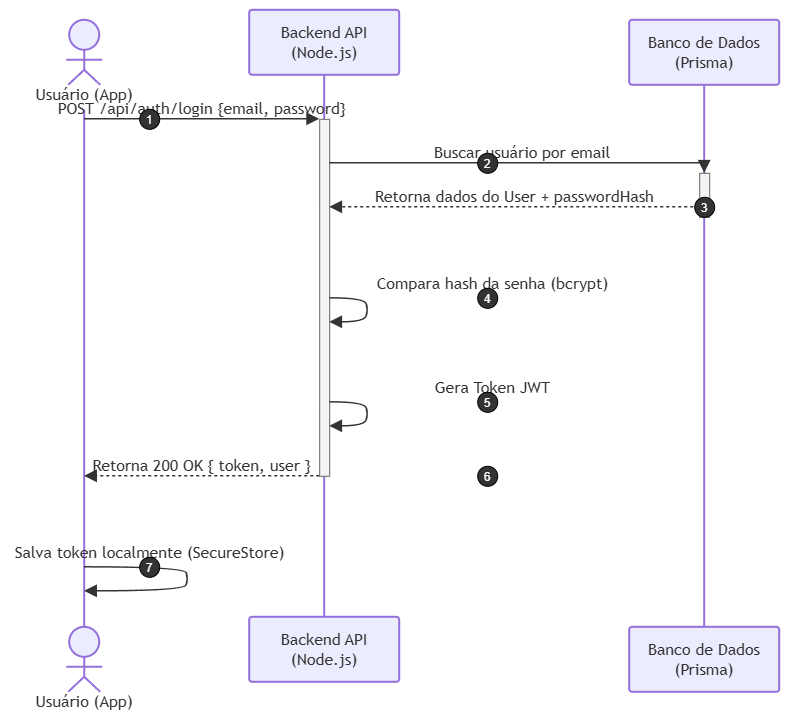
Before: Documentacao/DS/DS-APP/1 - Fluxo de Login e Autenticação com JWT - APP.png, a diagram exported from draw.io (VyttorRamos/GastroMatch). Source tidied: cells renumbered, new cells last; positions are measured from the earlier drawing's top-left corner, leaving out a move shared by most shapes. The source it was exported from:
```xml
<mxGraphModel>
  <root>
    <mxCell id="0" />
    <mxCell id="1" parent="0" />
    <mxCell id="2" style="group;transparentBounds=1;editIcon=1;lockedGroup=0;groupPadding=10;" parent="1" vertex="1">
      <mxGeometry x="10" as="geometry" />
    </mxCell>
    <mxCell id="3" value="Usuário (App)" style="html=1;shape=umlLifeline;perimeter=lifelinePerimeter;whiteSpace=wrap;outlineConnect=0;portConstraint=eastwest;newEdgeStyle={&quot;edgeStyle&quot;:&quot;elbowEdgeStyle&quot;,&quot;elbow&quot;:&quot;vertical&quot;,&quot;curved&quot;:0,&quot;rounded&quot;:0};lifelineDashed=0;strokeWidth=2;rounded=1;absoluteArcSize=1;arcSize=6;lifelineColor=light-dark(#9370DB,#cccccc);participant=seqActorStick;verticalAlign=bottom;align=center;spacingBottom=4;size=90;lifelineMirror=1;fillColor=light-dark(#ECECFF,#1f2020);strokeColor=light-dark(#9370DB,#cccccc);fontColor=light-dark(#333333,#cccccc);fontFamily=Trebuchet MS,Verdana,Arial,sans-serif;fontSize=16;" parent="2" vertex="1">
      <mxGeometry x="-10" y="40" width="150" height="697" as="geometry" />
    </mxCell>
    <mxCell id="4" value="Backend API (Node.js)" style="html=1;shape=umlLifeline;perimeter=lifelinePerimeter;whiteSpace=wrap;newEdgeStyle={&quot;edgeStyle&quot;:&quot;elbowEdgeStyle&quot;,&quot;elbow&quot;:&quot;vertical&quot;,&quot;curved&quot;:0,&quot;rounded&quot;:0};lifelineDashed=0;strokeWidth=2;rounded=1;absoluteArcSize=1;arcSize=6;lifelineColor=light-dark(#9370DB,#cccccc);size=65;lifelineMirror=1;fillColor=light-dark(#ECECFF,#1f2020);strokeColor=light-dark(#9370DB,#cccccc);fontColor=light-dark(#333333,#cccccc);fontFamily=Trebuchet MS,Verdana,Arial,sans-serif;fontSize=16;" parent="2" vertex="1">
      <mxGeometry x="230" y="30" width="150" height="672" as="geometry" />
    </mxCell>
    <mxCell id="5" style="html=1;points=[];perimeter=orthogonalPerimeter;outlineConnect=0;targetShapes=umlLifeline;portConstraint=eastwest;newEdgeStyle={&quot;edgeStyle&quot;:&quot;elbowEdgeStyle&quot;,&quot;elbow&quot;:&quot;vertical&quot;,&quot;curved&quot;:0,&quot;rounded&quot;:0};fillColor=light-dark(#f4f4f4,#2a2a2a);strokeColor=light-dark(#666666,#cccccc);fontColor=light-dark(#333333,#cccccc);fontFamily=Trebuchet MS,Verdana,Arial,sans-serif;fontSize=16;" parent="4" vertex="1">
      <mxGeometry x="70" y="109" width="10" height="357" as="geometry" />
    </mxCell>
    <mxCell id="6" style="edgeStyle=none;curved=1;endArrow=block;endSize=9;verticalAlign=bottom;align=center;fontSize=16;labelBackgroundColor=none;strokeWidth=1.5;strokeColor=light-dark(#333333,#cccccc);fontColor=light-dark(#333333,#cccccc);fontFamily=Trebuchet MS,Verdana,Arial,sans-serif;rounded=0;" parent="4" edge="1" source="5" target="5">
      <mxGeometry relative="1" as="geometry">
        <Array as="points">
          <mxPoint x="115" y="288" />
          <mxPoint x="119" y="300" />
          <mxPoint x="115" y="312" />
        </Array>
      </mxGeometry>
    </mxCell>
    <mxCell id="7" style="edgeStyle=none;curved=1;endArrow=block;endSize=9;verticalAlign=bottom;align=center;fontSize=16;labelBackgroundColor=none;strokeWidth=1.5;strokeColor=light-dark(#333333,#cccccc);fontColor=light-dark(#333333,#cccccc);fontFamily=Trebuchet MS,Verdana,Arial,sans-serif;rounded=0;" parent="4" edge="1" source="5" target="5">
      <mxGeometry relative="1" as="geometry">
        <Array as="points">
          <mxPoint x="115" y="392" />
          <mxPoint x="119" y="404" />
          <mxPoint x="115" y="416" />
        </Array>
      </mxGeometry>
    </mxCell>
    <mxCell id="8" value="Banco de Dados (Prisma)" style="html=1;shape=umlLifeline;perimeter=lifelinePerimeter;whiteSpace=wrap;newEdgeStyle={&quot;edgeStyle&quot;:&quot;elbowEdgeStyle&quot;,&quot;elbow&quot;:&quot;vertical&quot;,&quot;curved&quot;:0,&quot;rounded&quot;:0};lifelineDashed=0;strokeWidth=2;rounded=1;absoluteArcSize=1;arcSize=6;lifelineColor=light-dark(#9370DB,#cccccc);size=65;lifelineMirror=1;fillColor=light-dark(#ECECFF,#1f2020);strokeColor=light-dark(#9370DB,#cccccc);fontColor=light-dark(#333333,#cccccc);fontFamily=Trebuchet MS,Verdana,Arial,sans-serif;fontSize=16;" parent="2" vertex="1">
      <mxGeometry x="610" y="40" width="150" height="672" as="geometry" />
    </mxCell>
    <mxCell id="9" style="html=1;points=[];perimeter=orthogonalPerimeter;outlineConnect=0;targetShapes=umlLifeline;portConstraint=eastwest;newEdgeStyle={&quot;edgeStyle&quot;:&quot;elbowEdgeStyle&quot;,&quot;elbow&quot;:&quot;vertical&quot;,&quot;curved&quot;:0,&quot;rounded&quot;:0};fillColor=light-dark(#f4f4f4,#2a2a2a);strokeColor=light-dark(#666666,#cccccc);fontColor=light-dark(#333333,#cccccc);fontFamily=Trebuchet MS,Verdana,Arial,sans-serif;fontSize=16;" parent="8" vertex="1">
      <mxGeometry x="70" y="153" width="10" height="44" as="geometry" />
    </mxCell>
    <mxCell id="10" value="POST /api/auth/login {email, password}" style="endArrow=block;endSize=9;verticalAlign=bottom;edgeStyle=elbowEdgeStyle;elbow=vertical;curved=0;rounded=0;fontSize=16;labelBackgroundColor=none;strokeWidth=1.5;strokeColor=light-dark(#333333,#cccccc);fontColor=light-dark(#333333,#cccccc);fontFamily=Trebuchet MS,Verdana,Arial,sans-serif;" parent="2" edge="1" source="3" target="5">
      <mxGeometry relative="1" as="geometry">
        <Array as="points">
          <mxPoint x="297" y="139" />
        </Array>
      </mxGeometry>
    </mxCell>
    <mxCell id="11" value="1" style="ellipse;fillColor=light-dark(#333333,#cccccc);align=center;verticalAlign=middle;fontColor=light-dark(#FFFFFF,#333333);fontSize=12;" parent="2" vertex="1">
      <mxGeometry x="120" y="129" width="20" height="20" as="geometry" />
    </mxCell>
    <mxCell id="12" value="Buscar usuário por email" style="endArrow=block;endSize=9;verticalAlign=bottom;edgeStyle=elbowEdgeStyle;elbow=vertical;curved=0;rounded=0;fontSize=16;labelBackgroundColor=none;strokeWidth=1.5;strokeColor=light-dark(#333333,#cccccc);fontColor=light-dark(#333333,#cccccc);fontFamily=Trebuchet MS,Verdana,Arial,sans-serif;" parent="2" edge="1" source="5" target="9">
      <mxGeometry relative="1" as="geometry">
        <Array as="points">
          <mxPoint x="633" y="183" />
        </Array>
      </mxGeometry>
    </mxCell>
    <mxCell id="13" value="2" style="ellipse;fillColor=light-dark(#333333,#cccccc);align=center;verticalAlign=middle;fontColor=light-dark(#FFFFFF,#333333);fontSize=12;" parent="2" vertex="1">
      <mxGeometry x="458" y="173" width="20" height="20" as="geometry" />
    </mxCell>
    <mxCell id="14" value="Retorna dados do User + passwordHash" style="dashed=1;fixDash=1;dashPattern=3 3;endArrow=block;endSize=9;verticalAlign=bottom;edgeStyle=elbowEdgeStyle;elbow=vertical;curved=0;rounded=0;fontSize=16;labelBackgroundColor=none;strokeWidth=1.5;strokeColor=light-dark(#333333,#cccccc);fontColor=light-dark(#333333,#cccccc);fontFamily=Trebuchet MS,Verdana,Arial,sans-serif;" parent="2" edge="1" source="9" target="5">
      <mxGeometry relative="1" as="geometry">
        <Array as="points">
          <mxPoint x="633" y="227" />
        </Array>
      </mxGeometry>
    </mxCell>
    <mxCell id="15" value="3" style="ellipse;fillColor=light-dark(#333333,#cccccc);align=center;verticalAlign=middle;fontColor=light-dark(#FFFFFF,#333333);fontSize=12;" parent="2" vertex="1">
      <mxGeometry x="675" y="217" width="20" height="20" as="geometry" />
    </mxCell>
    <mxCell id="16" value="Compara hash da senha (bcrypt)" style="text;html=1;strokeColor=none;fillColor=none;align=center;verticalAlign=middle;fontFamily=Trebuchet MS,Verdana,Arial,sans-serif;fontSize=16;fontColor=light-dark(#333333,#cccccc);" parent="2" vertex="1">
      <mxGeometry x="373" y="294" width="200" height="18" as="geometry" />
    </mxCell>
    <mxCell id="17" value="4" style="ellipse;fillColor=light-dark(#333333,#cccccc);align=center;verticalAlign=middle;fontColor=light-dark(#FFFFFF,#333333);fontSize=12;" parent="2" vertex="1">
      <mxGeometry x="458" y="308" width="20" height="20" as="geometry" />
    </mxCell>
    <mxCell id="18" value="Gera Token JWT" style="text;html=1;strokeColor=none;fillColor=none;align=center;verticalAlign=middle;fontFamily=Trebuchet MS,Verdana,Arial,sans-serif;fontSize=16;fontColor=light-dark(#333333,#cccccc);" parent="2" vertex="1">
      <mxGeometry x="373" y="398" width="200" height="18" as="geometry" />
    </mxCell>
    <mxCell id="19" value="5" style="ellipse;fillColor=light-dark(#333333,#cccccc);align=center;verticalAlign=middle;fontColor=light-dark(#FFFFFF,#333333);fontSize=12;" parent="2" vertex="1">
      <mxGeometry x="458" y="412" width="20" height="20" as="geometry" />
    </mxCell>
    <mxCell id="20" value="Retorna 200 OK { token, user }" style="dashed=1;fixDash=1;dashPattern=3 3;endArrow=block;endSize=9;verticalAlign=bottom;edgeStyle=elbowEdgeStyle;elbow=vertical;curved=0;rounded=0;fontSize=16;labelBackgroundColor=none;strokeWidth=1.5;strokeColor=light-dark(#333333,#cccccc);fontColor=light-dark(#333333,#cccccc);fontFamily=Trebuchet MS,Verdana,Arial,sans-serif;" parent="2" edge="1" source="5" target="3">
      <mxGeometry relative="1" as="geometry">
        <Array as="points">
          <mxPoint x="297" y="496" />
        </Array>
      </mxGeometry>
    </mxCell>
    <mxCell id="21" value="6" style="ellipse;fillColor=light-dark(#333333,#cccccc);align=center;verticalAlign=middle;fontColor=light-dark(#FFFFFF,#333333);fontSize=12;" parent="2" vertex="1">
      <mxGeometry x="458" y="486" width="20" height="20" as="geometry" />
    </mxCell>
    <mxCell id="22" style="edgeStyle=none;curved=1;endArrow=block;endSize=9;verticalAlign=bottom;align=center;fontSize=16;labelBackgroundColor=none;strokeWidth=1.5;strokeColor=light-dark(#333333,#cccccc);fontColor=light-dark(#333333,#cccccc);fontFamily=Trebuchet MS,Verdana,Arial,sans-serif;rounded=0;" parent="2" edge="1" source="3" target="3">
      <mxGeometry relative="1" as="geometry">
        <Array as="points">
          <mxPoint x="165" y="587" />
          <mxPoint x="169" y="599" />
          <mxPoint x="165" y="611" />
        </Array>
      </mxGeometry>
    </mxCell>
    <mxCell id="23" value="Salva token localmente (SecureStore)" style="text;html=1;strokeColor=none;fillColor=none;align=center;verticalAlign=middle;fontFamily=Trebuchet MS,Verdana,Arial,sans-serif;fontSize=16;fontColor=light-dark(#333333,#cccccc);" parent="2" vertex="1">
      <mxGeometry x="30" y="563" width="200" height="18" as="geometry" />
    </mxCell>
    <mxCell id="24" value="7" style="ellipse;fillColor=light-dark(#333333,#cccccc);align=center;verticalAlign=middle;fontColor=light-dark(#FFFFFF,#333333);fontSize=12;" parent="2" vertex="1">
      <mxGeometry x="120" y="577" width="20" height="20" as="geometry" />
    </mxCell>
  </root>
</mxGraphModel>
```
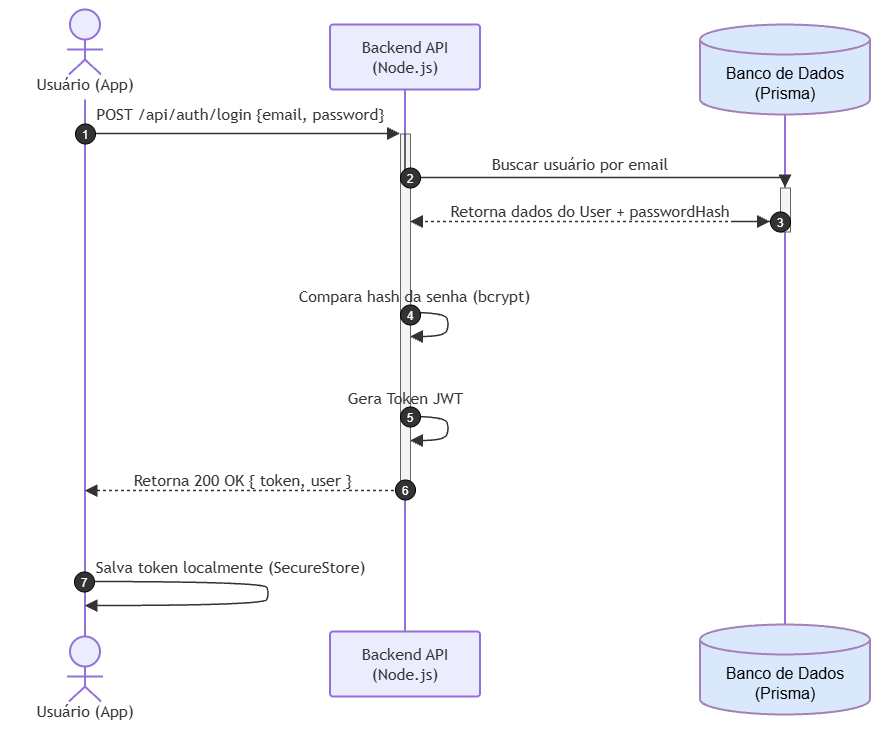
Later version of the same file.

What changed in the source:
```diff
@@ -3,10 +3,10 @@
     <mxCell id="0" />
     <mxCell id="1" parent="0" />
     <mxCell id="2" style="group;transparentBounds=1;editIcon=1;lockedGroup=0;groupPadding=10;" parent="1" vertex="1">
-      <mxGeometry x="10" as="geometry" />
+      <mxGeometry x="10" width="785" height="742" as="geometry" />
     </mxCell>
     <mxCell id="3" value="Usuário (App)" style="html=1;shape=umlLifeline;perimeter=lifelinePerimeter;whiteSpace=wrap;outlineConnect=0;portConstraint=eastwest;newEdgeStyle={&quot;edgeStyle&quot;:&quot;elbowEdgeStyle&quot;,&quot;elbow&quot;:&quot;vertical&quot;,&quot;curved&quot;:0,&quot;rounded&quot;:0};lifelineDashed=0;strokeWidth=2;rounded=1;absoluteArcSize=1;arcSize=6;lifelineColor=light-dark(#9370DB,#cccccc);participant=seqActorStick;verticalAlign=bottom;align=center;spacingBottom=4;size=90;lifelineMirror=1;fillColor=light-dark(#ECECFF,#1f2020);strokeColor=light-dark(#9370DB,#cccccc);fontColor=light-dark(#333333,#cccccc);fontFamily=Trebuchet MS,Verdana,Arial,sans-serif;fontSize=16;" parent="2" vertex="1">
-      <mxGeometry x="-10" y="40" width="150" height="697" as="geometry" />
+      <mxGeometry x="-90" y="15" width="150" height="717" as="geometry" />
     </mxCell>
     <mxCell id="4" value="Backend API (Node.js)" style="html=1;shape=umlLifeline;perimeter=lifelinePerimeter;whiteSpace=wrap;newEdgeStyle={&quot;edgeStyle&quot;:&quot;elbowEdgeStyle&quot;,&quot;elbow&quot;:&quot;vertical&quot;,&quot;curved&quot;:0,&quot;rounded&quot;:0};lifelineDashed=0;strokeWidth=2;rounded=1;absoluteArcSize=1;arcSize=6;lifelineColor=light-dark(#9370DB,#cccccc);size=65;lifelineMirror=1;fillColor=light-dark(#ECECFF,#1f2020);strokeColor=light-dark(#9370DB,#cccccc);fontColor=light-dark(#333333,#cccccc);fontFamily=Trebuchet MS,Verdana,Arial,sans-serif;fontSize=16;" parent="2" vertex="1">
       <mxGeometry x="230" y="30" width="150" height="672" as="geometry" />
@@ -39,46 +39,37 @@
       <mxGeometry x="70" y="153" width="10" height="44" as="geometry" />
     </mxCell>
     <mxCell id="10" value="POST /api/auth/login {email, password}" style="endArrow=block;endSize=9;verticalAlign=bottom;edgeStyle=elbowEdgeStyle;elbow=vertical;curved=0;rounded=0;fontSize=16;labelBackgroundColor=none;strokeWidth=1.5;strokeColor=light-dark(#333333,#cccccc);fontColor=light-dark(#333333,#cccccc);fontFamily=Trebuchet MS,Verdana,Arial,sans-serif;" parent="2" edge="1" source="3" target="5">
-      <mxGeometry relative="1" as="geometry">
+      <mxGeometry x="-0.01" y="9" relative="1" as="geometry">
         <Array as="points">
           <mxPoint x="297" y="139" />
         </Array>
+        <mxPoint x="1" as="offset" />
       </mxGeometry>
     </mxCell>
     <mxCell id="11" value="1" style="ellipse;fillColor=light-dark(#333333,#cccccc);align=center;verticalAlign=middle;fontColor=light-dark(#FFFFFF,#333333);fontSize=12;" parent="2" vertex="1">
-      <mxGeometry x="120" y="129" width="20" height="20" as="geometry" />
+      <mxGeometry x="-25" y="129" width="20" height="20" as="geometry" />
     </mxCell>
-    <mxCell id="12" value="Buscar usuário por email" style="endArrow=block;endSize=9;verticalAlign=bottom;edgeStyle=elbowEdgeStyle;elbow=vertical;curved=0;rounded=0;fontSize=16;labelBackgroundColor=none;strokeWidth=1.5;strokeColor=light-dark(#333333,#cccccc);fontColor=light-dark(#333333,#cccccc);fontFamily=Trebuchet MS,Verdana,Arial,sans-serif;" parent="2" edge="1" source="5" target="9">
-      <mxGeometry relative="1" as="geometry">
+    <mxCell id="12" value="Buscar usuário por email" style="endArrow=block;endSize=9;verticalAlign=bottom;edgeStyle=elbowEdgeStyle;elbow=vertical;curved=0;rounded=0;fontSize=16;labelBackgroundColor=none;strokeWidth=1.5;strokeColor=light-dark(#333333,#cccccc);fontColor=light-dark(#333333,#cccccc);fontFamily=Trebuchet MS,Verdana,Arial,sans-serif;" parent="2" edge="1" source="13" target="9">
+      <mxGeometry x="-0.15" y="3" relative="1" as="geometry">
         <Array as="points">
           <mxPoint x="633" y="183" />
         </Array>
       </mxGeometry>
     </mxCell>
-    <mxCell id="13" value="2" style="ellipse;fillColor=light-dark(#333333,#cccccc);align=center;verticalAlign=middle;fontColor=light-dark(#FFFFFF,#333333);fontSize=12;" parent="2" vertex="1">
-      <mxGeometry x="458" y="173" width="20" height="20" as="geometry" />
-    </mxCell>
-    <mxCell id="14" value="Retorna dados do User + passwordHash" style="dashed=1;fixDash=1;dashPattern=3 3;endArrow=block;endSize=9;verticalAlign=bottom;edgeStyle=elbowEdgeStyle;elbow=vertical;curved=0;rounded=0;fontSize=16;labelBackgroundColor=none;strokeWidth=1.5;strokeColor=light-dark(#333333,#cccccc);fontColor=light-dark(#333333,#cccccc);fontFamily=Trebuchet MS,Verdana,Arial,sans-serif;" parent="2" edge="1" source="9" target="5">
-      <mxGeometry relative="1" as="geometry">
-        <Array as="points">
-          <mxPoint x="633" y="227" />
-        </Array>
-      </mxGeometry>
+    <mxCell id="14" value="Retorna dados do User + passwordHash" style="dashed=1;fixDash=1;dashPattern=3 3;endArrow=block;endSize=9;verticalAlign=bottom;edgeStyle=elbowEdgeStyle;elbow=vertical;curved=0;rounded=0;fontSize=16;labelBackgroundColor=none;strokeWidth=1.5;strokeColor=light-dark(#333333,#cccccc);fontColor=light-dark(#333333,#cccccc);fontFamily=Trebuchet MS,Verdana,Arial,sans-serif;" parent="2" edge="1" source="15" target="5">
+      <mxGeometry relative="1" as="geometry" />
     </mxCell>
-    <mxCell id="15" value="3" style="ellipse;fillColor=light-dark(#333333,#cccccc);align=center;verticalAlign=middle;fontColor=light-dark(#FFFFFF,#333333);fontSize=12;" parent="2" vertex="1">
-      <mxGeometry x="675" y="217" width="20" height="20" as="geometry" />
-    </mxCell>
     <mxCell id="16" value="Compara hash da senha (bcrypt)" style="text;html=1;strokeColor=none;fillColor=none;align=center;verticalAlign=middle;fontFamily=Trebuchet MS,Verdana,Arial,sans-serif;fontSize=16;fontColor=light-dark(#333333,#cccccc);" parent="2" vertex="1">
-      <mxGeometry x="373" y="294" width="200" height="18" as="geometry" />
+      <mxGeometry x="214" y="292" width="200" height="18" as="geometry" />
     </mxCell>
     <mxCell id="17" value="4" style="ellipse;fillColor=light-dark(#333333,#cccccc);align=center;verticalAlign=middle;fontColor=light-dark(#FFFFFF,#333333);fontSize=12;" parent="2" vertex="1">
-      <mxGeometry x="458" y="308" width="20" height="20" as="geometry" />
+      <mxGeometry x="300" y="310" width="20" height="20" as="geometry" />
     </mxCell>
     <mxCell id="18" value="Gera Token JWT" style="text;html=1;strokeColor=none;fillColor=none;align=center;verticalAlign=middle;fontFamily=Trebuchet MS,Verdana,Arial,sans-serif;fontSize=16;fontColor=light-dark(#333333,#cccccc);" parent="2" vertex="1">
-      <mxGeometry x="373" y="398" width="200" height="18" as="geometry" />
+      <mxGeometry x="205" y="394" width="200" height="18" as="geometry" />
     </mxCell>
     <mxCell id="19" value="5" style="ellipse;fillColor=light-dark(#333333,#cccccc);align=center;verticalAlign=middle;fontColor=light-dark(#FFFFFF,#333333);fontSize=12;" parent="2" vertex="1">
-      <mxGeometry x="458" y="412" width="20" height="20" as="geometry" />
+      <mxGeometry x="300" y="412" width="20" height="20" as="geometry" />
     </mxCell>
     <mxCell id="20" value="Retorna 200 OK { token, user }" style="dashed=1;fixDash=1;dashPattern=3 3;endArrow=block;endSize=9;verticalAlign=bottom;edgeStyle=elbowEdgeStyle;elbow=vertical;curved=0;rounded=0;fontSize=16;labelBackgroundColor=none;strokeWidth=1.5;strokeColor=light-dark(#333333,#cccccc);fontColor=light-dark(#333333,#cccccc);fontFamily=Trebuchet MS,Verdana,Arial,sans-serif;" parent="2" edge="1" source="5" target="3">
       <mxGeometry relative="1" as="geometry">
@@ -88,7 +79,7 @@
       </mxGeometry>
     </mxCell>
     <mxCell id="21" value="6" style="ellipse;fillColor=light-dark(#333333,#cccccc);align=center;verticalAlign=middle;fontColor=light-dark(#FFFFFF,#333333);fontSize=12;" parent="2" vertex="1">
-      <mxGeometry x="458" y="486" width="20" height="20" as="geometry" />
+      <mxGeometry x="295" y="485" width="20" height="20" as="geometry" />
     </mxCell>
     <mxCell id="22" style="edgeStyle=none;curved=1;endArrow=block;endSize=9;verticalAlign=bottom;align=center;fontSize=16;labelBackgroundColor=none;strokeWidth=1.5;strokeColor=light-dark(#333333,#cccccc);fontColor=light-dark(#333333,#cccccc);fontFamily=Trebuchet MS,Verdana,Arial,sans-serif;rounded=0;" parent="2" edge="1" source="3" target="3">
       <mxGeometry relative="1" as="geometry">
@@ -103,7 +94,29 @@
       <mxGeometry x="30" y="563" width="200" height="18" as="geometry" />
     </mxCell>
     <mxCell id="24" value="7" style="ellipse;fillColor=light-dark(#333333,#cccccc);align=center;verticalAlign=middle;fontColor=light-dark(#FFFFFF,#333333);fontSize=12;" parent="2" vertex="1">
-      <mxGeometry x="120" y="577" width="20" height="20" as="geometry" />
+      <mxGeometry x="-26" y="577" width="20" height="20" as="geometry" />
     </mxCell>
+    <mxCell id="25" value="&lt;font style=&quot;font-size: 16px;&quot;&gt;Banco de Dados&lt;br&gt;(Prisma)&lt;/font&gt;" style="shape=cylinder3;whiteSpace=wrap;html=1;boundedLbl=1;backgroundOutline=1;size=15;fillColor=#dae8fc;strokeColor=#A680B8;strokeWidth=2;" parent="2" vertex="1">
+      <mxGeometry x="600" y="30" width="170" height="90" as="geometry" />
+    </mxCell>
+    <mxCell id="26" value="&lt;font style=&quot;font-size: 16px;&quot;&gt;Banco de Dados&lt;br&gt;(Prisma)&lt;/font&gt;" style="shape=cylinder3;whiteSpace=wrap;html=1;boundedLbl=1;backgroundOutline=1;size=15;fillColor=#dae8fc;strokeColor=#A680B8;strokeWidth=2;" parent="2" vertex="1">
+      <mxGeometry x="600" y="630" width="170" height="90" as="geometry" />
+    </mxCell>
+    <mxCell id="27" style="endArrow=block;endSize=9;verticalAlign=bottom;edgeStyle=elbowEdgeStyle;elbow=vertical;curved=0;rounded=0;fontSize=16;labelBackgroundColor=none;strokeWidth=1.5;strokeColor=light-dark(#333333,#cccccc);fontColor=light-dark(#333333,#cccccc);fontFamily=Trebuchet MS,Verdana,Arial,sans-serif;" parent="2" edge="1" source="5" target="13">
+      <mxGeometry x="-0.17" y="13" relative="1" as="geometry" />
+    </mxCell>
+    <mxCell id="13" value="2" style="ellipse;fillColor=light-dark(#333333,#cccccc);align=center;verticalAlign=middle;fontColor=light-dark(#FFFFFF,#333333);fontSize=12;" parent="2" vertex="1">
+      <mxGeometry x="300" y="173" width="20" height="20" as="geometry" />
+    </mxCell>
+    <mxCell id="28" style="dashed=1;fixDash=1;dashPattern=3 3;endArrow=block;endSize=9;verticalAlign=bottom;edgeStyle=elbowEdgeStyle;elbow=vertical;curved=0;rounded=0;fontSize=16;labelBackgroundColor=none;strokeWidth=1.5;strokeColor=light-dark(#333333,#cccccc);fontColor=light-dark(#333333,#cccccc);fontFamily=Trebuchet MS,Verdana,Arial,sans-serif;" parent="2" edge="1" source="9" target="15">
+      <mxGeometry relative="1" as="geometry">
+        <Array as="points">
+          <mxPoint x="633" y="227" />
+        </Array>
+      </mxGeometry>
+    </mxCell>
+    <mxCell id="15" value="3" style="ellipse;fillColor=light-dark(#333333,#cccccc);align=center;verticalAlign=middle;fontColor=light-dark(#FFFFFF,#333333);fontSize=12;" parent="2" vertex="1">
+      <mxGeometry x="670" y="217" width="20" height="20" as="geometry" />
+    </mxCell>
   </root>
 </mxGraphModel>
```
